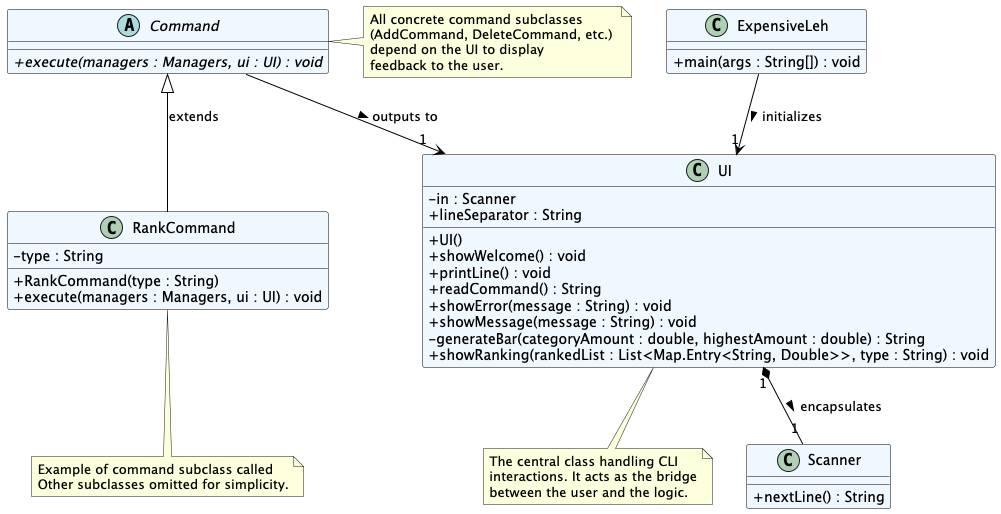
Above: docs/Diagrams/UI_Class_Diagram.png in KanakornMek/tp (PlantUML), before the change. Source of this version:
```plantuml
@startuml UI_Class_Diagram
skinparam classAttributeIconSize 0

skinparam class {
    BackgroundColor AliceBlue
    ArrowColor Black
    BorderColor Black
}

class UI {
    - in : Scanner
    + lineSeparator : String
    + UI()
    + showWelcome() : void
    + printLine() : void
    + readCommand() : String
    + showError(message : String) : void
    + showMessage(message : String) : void
    - generateBar(categoryAmount : double, highestAmount : double) : String
    + showRanking(rankedList : List<Map.Entry<String, Double>>, type : String) : void
}

class Scanner {
    + nextLine() : String
}

class ExpensiveLeh {
    + main(args : String[]) : void
}

abstract class Command {
    + {abstract} execute(managers : Managers, ui : UI) : void
}

class RankCommand {
    - type : String
    + RankCommand(type : String)
    + execute(managers : Managers, ui : UI) : void
}

UI "1" *-- "1" Scanner : encapsulates >
ExpensiveLeh --> "1" UI : initializes >
Command --> "1" UI : outputs to >
Command <|-- RankCommand : extends

note bottom of UI
  The central class handling CLI
  interactions. It acts as the bridge
  between the user and the logic.
end note

note right of Command
  All concrete command subclasses
  (AddCommand, DeleteCommand, etc.)
  depend on the UI to display
  feedback to the user.
end note

note bottom of RankCommand
  Example of command subclass called
  Other subclasses omitted for simplicity.
end note

@enduml
```
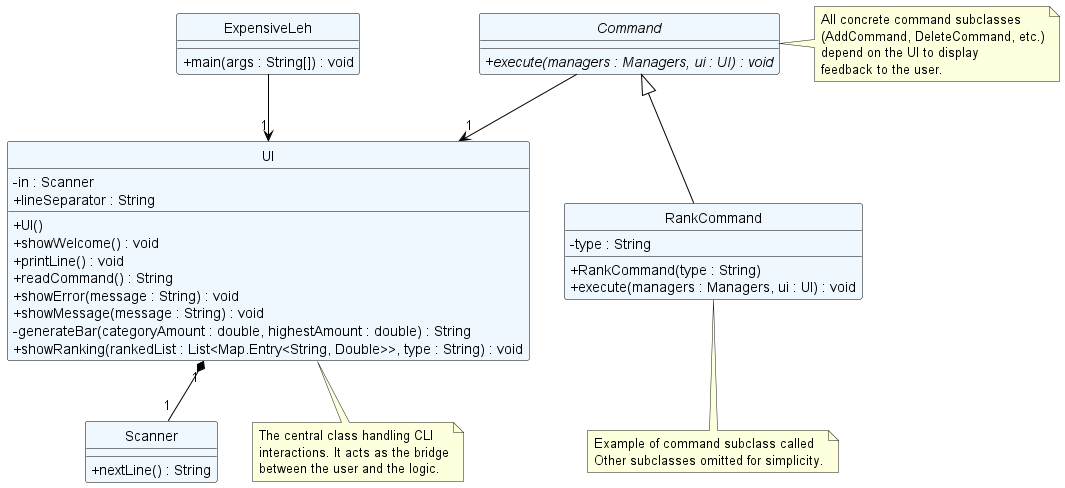
After the commit.

Change to the diagram source:
```diff
@@ -1,5 +1,7 @@
 @startuml UI_Class_Diagram
 skinparam classAttributeIconSize 0
+
+hide circle
 
 skinparam class {
     BackgroundColor AliceBlue
@@ -38,10 +40,10 @@
     + execute(managers : Managers, ui : UI) : void
 }
 
-UI "1" *-- "1" Scanner : encapsulates >
-ExpensiveLeh --> "1" UI : initializes >
-Command --> "1" UI : outputs to >
-Command <|-- RankCommand : extends
+UI "1" *-- "1" Scanner
+ExpensiveLeh --> "1" UI
+Command --> "1" UI
+Command <|-- RankCommand
 
 note bottom of UI
   The central class handling CLI
```
